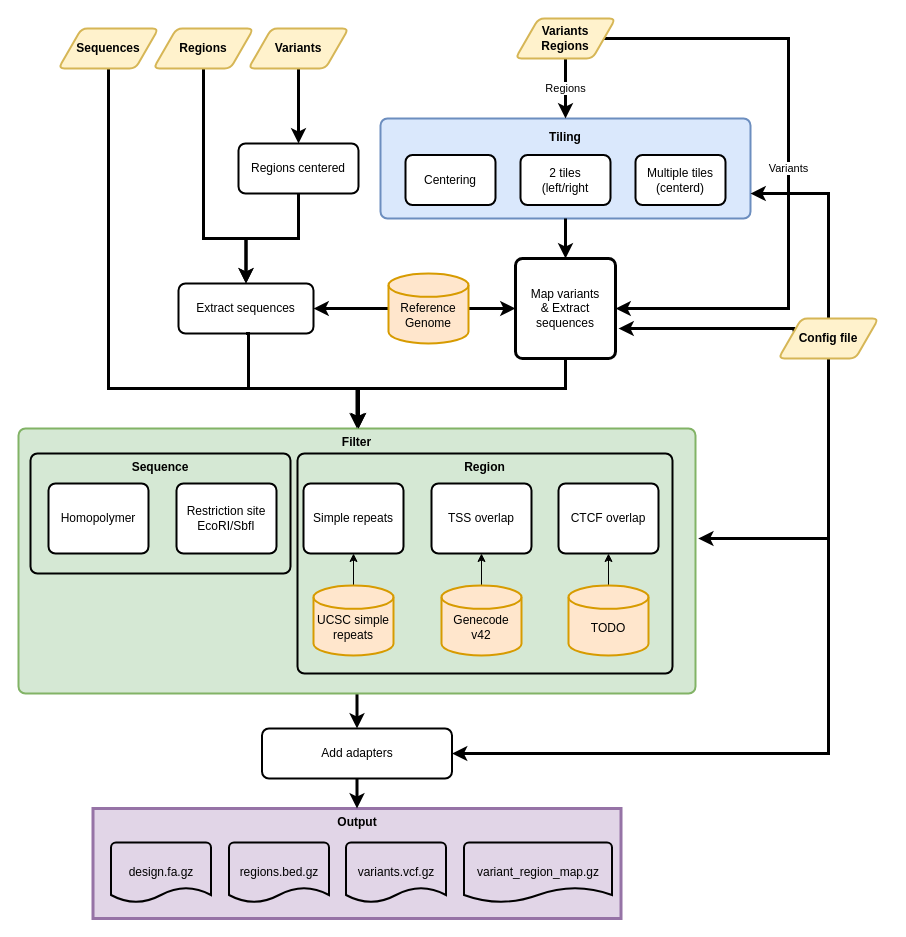
Above: MPRAOligoDesign.drawio in kircherlab/MPRAOligoDesign (draw.io), before the change. Source tidied: cells renumbered, new cells numbered last; positions are measured from the earlier drawing's top-left corner, leaving out a move shared by most shapes. Both pictures are drawn from the tidied source at 100%, with x=0, y=0 at pixel (18, 18).
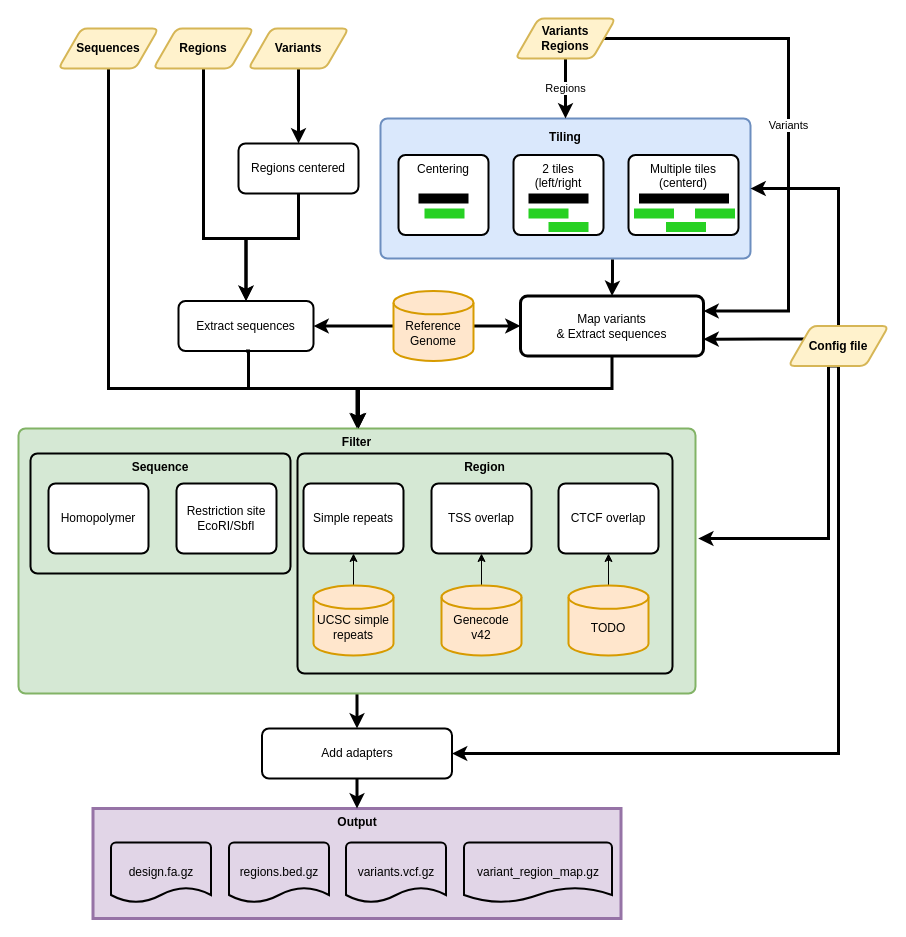
Above is the later version.

Unchanged cells that the change refers to:
```xml
<mxCell id="15" value="Variants&lt;br&gt;Regions" style="shape=parallelogram;html=1;strokeWidth=2;perimeter=parallelogramPerimeter;whiteSpace=wrap;rounded=1;arcSize=12;size=0.23;fillColor=#fff2cc;strokeColor=#d6b656;fontStyle=1;" parent="1" vertex="1">
  <mxGeometry x="497" width="100" height="40" as="geometry" />
</mxCell>
```

Diff of the diagram source:
```diff
@@
     <mxCell id="2" value="&lt;p style=&quot;line-height: 0%;&quot;&gt;Tiling&lt;/p&gt;" style="rounded=1;whiteSpace=wrap;html=1;absoluteArcSize=1;arcSize=14;strokeWidth=2;glass=0;fillColor=#dae8fc;horizontal=1;verticalAlign=top;strokeColor=#6c8ebf;fontStyle=1;" parent="1" vertex="1">
-      <mxGeometry x="362" y="100" width="370" height="100" as="geometry" />
+      <mxGeometry x="362" y="100" width="370" height="140" as="geometry" />
     </mxCell>
@@
-    <mxCell id="14" value="Variants" style="edgeStyle=orthogonalEdgeStyle;rounded=0;jettySize=auto;html=1;exitX=1;exitY=0.5;exitDx=0;exitDy=0;entryX=1;entryY=0.5;entryDx=0;entryDy=0;shadow=0;jumpSize=6;strokeWidth=3;" parent="1" edge="1" source="15" target="35">
+    <mxCell id="14" value="Variants" style="edgeStyle=orthogonalEdgeStyle;rounded=0;jettySize=auto;html=1;exitX=1;exitY=0.5;exitDx=0;exitDy=0;entryX=1;entryY=0.25;entryDx=0;entryDy=0;shadow=0;jumpSize=6;strokeWidth=3;" parent="1" edge="1" source="15" target="35">
       <mxGeometry relative="1" as="geometry">
         <Array as="points">
           <mxPoint x="770" y="20" />
-          <mxPoint x="770" y="290" />
+          <mxPoint x="770" y="293" />
+          <mxPoint x="685" y="293" />
         </Array>
       </mxGeometry>
     </mxCell>
@@
     <mxCell id="18" value="&lt;div&gt;&lt;br&gt;&lt;/div&gt;&lt;div&gt;Reference Genome&lt;/div&gt;" style="strokeWidth=2;html=1;shape=mxgraph.flowchart.database;whiteSpace=wrap;fillColor=#ffe6cc;strokeColor=#d79b00;" parent="1" vertex="1">
-      <mxGeometry x="370" y="255" width="80" height="70" as="geometry" />
+      <mxGeometry x="375" y="272.5" width="80" height="70" as="geometry" />
     </mxCell>
@@
     <mxCell id="24" value="Extract sequences" style="rounded=1;whiteSpace=wrap;html=1;absoluteArcSize=1;arcSize=14;strokeWidth=2;glass=0;fillColor=none;" parent="1" vertex="1">
-      <mxGeometry x="160" y="265" width="135" height="50" as="geometry" />
+      <mxGeometry x="160" y="282.5" width="135" height="50" as="geometry" />
     </mxCell>
@@
     <mxCell id="34" style="edgeStyle=orthogonalEdgeStyle;rounded=0;jumpSize=6;jettySize=auto;html=1;exitX=0.5;exitY=1;exitDx=0;exitDy=0;shadow=0;strokeWidth=3;" parent="1" edge="1" source="35">
       <mxGeometry relative="1" as="geometry">
         <mxPoint x="340" y="410" as="targetPoint" />
         <Array as="points">
-          <mxPoint x="547" y="370" />
+          <mxPoint x="594" y="370" />
           <mxPoint x="340" y="370" />
         </Array>
       </mxGeometry>
     </mxCell>
     <mxCell id="35" value="Map variants&lt;br&gt;&amp;amp; Extract sequences" style="rounded=1;whiteSpace=wrap;html=1;absoluteArcSize=1;arcSize=14;strokeWidth=3;fillColor=none;" parent="1" vertex="1">
-      <mxGeometry x="497" y="240" width="100" height="100" as="geometry" />
+      <mxGeometry x="502" y="277.5" width="183" height="60" as="geometry" />
     </mxCell>
-    <mxCell id="36" style="edgeStyle=orthogonalEdgeStyle;rounded=0;jumpSize=6;jettySize=auto;html=1;shadow=0;strokeWidth=3;" parent="1" edge="1" source="2" target="35">
+    <mxCell id="36" style="edgeStyle=orthogonalEdgeStyle;rounded=0;jumpSize=6;jettySize=auto;html=1;shadow=0;strokeWidth=3;exitX=0.627;exitY=1.007;exitDx=0;exitDy=0;exitPerimeter=0;" parent="1" edge="1" source="2" target="35">
       <mxGeometry relative="1" as="geometry" />
     </mxCell>
-    <mxCell id="37" style="group;fillColor=none;rounded=0;glass=0;" parent="1" vertex="1">
-      <mxGeometry x="387" y="136.5" width="350" height="75" as="geometry" />
-    </mxCell>
-    <mxCell id="38" value="&lt;div align=&quot;center&quot;&gt;Centering&lt;/div&gt;" style="rounded=1;whiteSpace=wrap;html=1;absoluteArcSize=1;arcSize=14;strokeWidth=2;align=center;" parent="37" vertex="1">
-      <mxGeometry width="90" height="50" as="geometry" />
-    </mxCell>
-    <mxCell id="39" value="&lt;div&gt;2 tiles&lt;/div&gt;&lt;div&gt;(left/right&lt;br&gt;&lt;/div&gt;" style="rounded=1;whiteSpace=wrap;html=1;absoluteArcSize=1;arcSize=14;strokeWidth=2;align=center;" parent="37" vertex="1">
-      <mxGeometry x="115" width="90" height="50" as="geometry" />
-    </mxCell>
-    <mxCell id="40" value="Multiple tiles&lt;br&gt;(centerd)" style="rounded=1;whiteSpace=wrap;html=1;absoluteArcSize=1;arcSize=14;strokeWidth=2;align=center;" parent="37" vertex="1">
-      <mxGeometry x="230" width="90" height="50" as="geometry" />
-    </mxCell>
@@
-    <mxCell id="47" style="edgeStyle=orthogonalEdgeStyle;rounded=0;jumpSize=6;jettySize=auto;html=1;exitX=0;exitY=0.25;exitDx=0;exitDy=0;shadow=0;strokeWidth=3;" parent="1" edge="1" source="51">
-      <mxGeometry relative="1" as="geometry">
-        <mxPoint x="600" y="310" as="targetPoint" />
-        <Array as="points">
-          <mxPoint x="776" y="310" />
-        </Array>
-      </mxGeometry>
+    <mxCell id="47" style="edgeStyle=orthogonalEdgeStyle;rounded=0;jumpSize=6;jettySize=auto;html=1;exitX=0;exitY=0.25;exitDx=0;exitDy=0;shadow=0;strokeWidth=3;entryX=1;entryY=0.719;entryDx=0;entryDy=0;entryPerimeter=0;" parent="1" edge="1" source="51" target="35">
+      <mxGeometry relative="1" as="geometry" />
     </mxCell>
@@
-    <mxCell id="49" style="edgeStyle=orthogonalEdgeStyle;rounded=0;jumpSize=6;jettySize=auto;html=1;exitX=0.5;exitY=0;exitDx=0;exitDy=0;entryX=1;entryY=0.75;entryDx=0;entryDy=0;shadow=0;strokeWidth=3;" parent="1" edge="1" source="51" target="2">
+    <mxCell id="49" style="edgeStyle=orthogonalEdgeStyle;rounded=0;jumpSize=6;jettySize=auto;html=1;exitX=0.5;exitY=0;exitDx=0;exitDy=0;entryX=1;entryY=0.5;entryDx=0;entryDy=0;shadow=0;strokeWidth=3;" parent="1" edge="1" source="51" target="2">
       <mxGeometry relative="1" as="geometry" />
     </mxCell>
@@
     <mxCell id="51" value="Config file" style="shape=parallelogram;html=1;strokeWidth=2;perimeter=parallelogramPerimeter;whiteSpace=wrap;rounded=1;arcSize=12;size=0.23;fillColor=#fff2cc;strokeColor=#d6b656;fontStyle=1;" parent="1" vertex="1">
-      <mxGeometry x="760" y="300" width="100" height="40" as="geometry" />
+      <mxGeometry x="770" y="307.5" width="100" height="40" as="geometry" />
     </mxCell>
@@
+    <mxCell id="54" style="group;" parent="1" vertex="1">
+      <mxGeometry x="610" y="136.5" width="110" height="80" as="geometry" />
+    </mxCell>
+    <mxCell id="40" value="Multiple tiles&lt;br&gt;(centerd)" style="rounded=1;whiteSpace=wrap;html=1;absoluteArcSize=1;arcSize=14;strokeWidth=2;align=center;verticalAlign=top;" parent="54" vertex="1">
+      <mxGeometry width="110" height="80" as="geometry" />
+    </mxCell>
+    <mxCell id="55" style="group;" parent="54" vertex="1">
+      <mxGeometry x="5.5" y="38.5" width="101" height="38.5" as="geometry" />
+    </mxCell>
+    <mxCell id="56" style="rounded=0;whiteSpace=wrap;html=1;strokeColor=none;strokeWidth=3;fillColor=#000000;" parent="55" vertex="1">
+      <mxGeometry x="5" width="90" height="10" as="geometry" />
+    </mxCell>
+    <mxCell id="57" style="rounded=0;whiteSpace=wrap;html=1;strokeColor=none;strokeWidth=3;fillColor=#27d123;" parent="55" vertex="1">
+      <mxGeometry y="15" width="40" height="10" as="geometry" />
+    </mxCell>
+    <mxCell id="58" style="rounded=0;whiteSpace=wrap;html=1;strokeColor=none;strokeWidth=3;fillColor=#27d123;" parent="55" vertex="1">
+      <mxGeometry x="61" y="15" width="40" height="10" as="geometry" />
+    </mxCell>
+    <mxCell id="59" style="rounded=0;whiteSpace=wrap;html=1;strokeColor=none;strokeWidth=3;fillColor=#27d123;" parent="55" vertex="1">
+      <mxGeometry x="32" y="28.5" width="40" height="10" as="geometry" />
+    </mxCell>
+    <mxCell id="60" style="group;" parent="1" vertex="1">
+      <mxGeometry x="495" y="136.5" width="90" height="80" as="geometry" />
+    </mxCell>
+    <mxCell id="39" value="&lt;div&gt;2 tiles&lt;/div&gt;&lt;div&gt;(left/right&lt;br&gt;&lt;/div&gt;" style="rounded=1;whiteSpace=wrap;html=1;absoluteArcSize=1;arcSize=14;strokeWidth=2;align=center;verticalAlign=top;" parent="60" vertex="1">
+      <mxGeometry width="90" height="80" as="geometry" />
+    </mxCell>
+    <mxCell id="61" style="group;" parent="60" vertex="1">
+      <mxGeometry x="15" y="38.5" width="60" height="38.5" as="geometry" />
+    </mxCell>
+    <mxCell id="62" style="rounded=0;whiteSpace=wrap;html=1;strokeColor=none;strokeWidth=3;fillColor=#000000;" parent="61" vertex="1">
+      <mxGeometry width="60" height="10" as="geometry" />
+    </mxCell>
+    <mxCell id="63" style="rounded=0;whiteSpace=wrap;html=1;strokeColor=none;strokeWidth=3;fillColor=#27d123;" parent="61" vertex="1">
+      <mxGeometry y="15" width="40" height="10" as="geometry" />
+    </mxCell>
+    <mxCell id="64" style="rounded=0;whiteSpace=wrap;html=1;strokeColor=none;strokeWidth=3;fillColor=#27d123;" parent="61" vertex="1">
+      <mxGeometry x="20" y="28.5" width="40" height="10" as="geometry" />
+    </mxCell>
+    <mxCell id="65" style="group;" parent="1" vertex="1">
+      <mxGeometry x="380" y="136.5" width="90" height="80" as="geometry" />
+    </mxCell>
+    <mxCell id="38" value="&lt;div align=&quot;center&quot;&gt;Centering&lt;/div&gt;" style="rounded=1;whiteSpace=wrap;html=1;absoluteArcSize=1;arcSize=14;strokeWidth=2;align=center;verticalAlign=top;" parent="65" vertex="1">
+      <mxGeometry width="90" height="80" as="geometry" />
+    </mxCell>
+    <mxCell id="66" style="group;" parent="65" vertex="1">
+      <mxGeometry x="20" y="38.5" width="50" height="25" as="geometry" />
+    </mxCell>
+    <mxCell id="67" style="group;" parent="66" vertex="1">
+      <mxGeometry width="50" height="25" as="geometry" />
+    </mxCell>
+    <mxCell id="68" style="rounded=0;whiteSpace=wrap;html=1;strokeColor=none;strokeWidth=3;fillColor=#000000;" parent="67" vertex="1">
+      <mxGeometry width="50" height="10" as="geometry" />
+    </mxCell>
+    <mxCell id="69" style="rounded=0;whiteSpace=wrap;html=1;strokeColor=none;strokeWidth=3;fillColor=#27d123;" parent="67" vertex="1">
+      <mxGeometry x="6" y="15" width="40" height="10" as="geometry" />
+    </mxCell>
```
